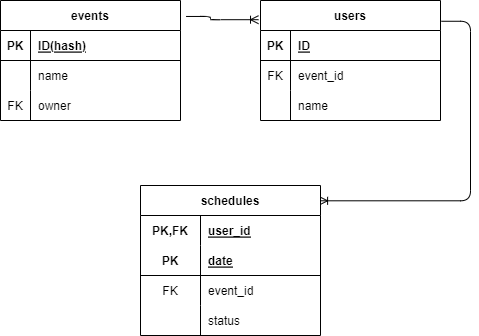
This is DB_ER_diagram.drawio.png from kuu13580/schedule-checker, a draw.io export, as it was before one commit. Source tidied: cells renumbered, new cells last; positions are measured from the earlier drawing's top-left corner, leaving out a move shared by most shapes.
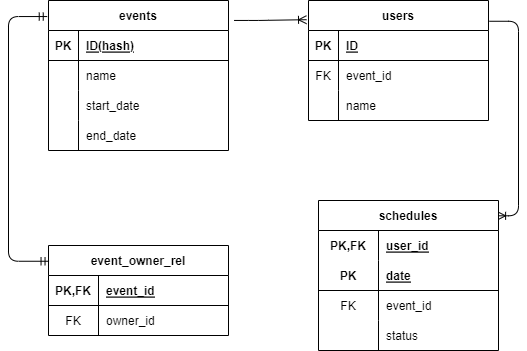
After the change.

The edit, as a diff of the source:
```diff
@@ -3,7 +3,7 @@
     <mxCell id="0" />
     <mxCell id="1" parent="0" />
     <mxCell id="2" value="events" style="shape=table;startSize=30;rowLines=0;fontStyle=1;align=center;" parent="1" vertex="1">
-      <mxGeometry width="180" height="120" as="geometry" />
+      <mxGeometry width="180" height="150" as="geometry" />
     </mxCell>
     <mxCell id="3" style="shape=tableRow;horizontal=0;startSize=0;swimlaneHead=0;swimlaneBody=0;fillColor=none;top=0;left=0;right=0;bottom=1;" parent="2" vertex="1">
       <mxGeometry y="30" width="180" height="30" as="geometry" />
@@ -26,12 +26,21 @@
     <mxCell id="9" style="shape=tableRow;horizontal=0;startSize=0;swimlaneHead=0;swimlaneBody=0;fillColor=none;top=0;left=0;right=0;bottom=0;" parent="2" vertex="1">
       <mxGeometry y="90" width="180" height="30" as="geometry" />
     </mxCell>
-    <mxCell id="10" value="FK" style="shape=partialRectangle;fillColor=none;top=0;left=0;bottom=0;right=0;overflow=hidden;" parent="9" vertex="1">
-      <mxGeometry width="30" height="30" as="geometry" />
-    </mxCell>
-    <mxCell id="11" value="owner" style="shape=partialRectangle;fillColor=none;top=0;left=0;bottom=0;right=0;align=left;spacingLeft=6;overflow=hidden;" parent="9" vertex="1">
-      <mxGeometry x="30" width="150" height="30" as="geometry" />
-    </mxCell>
+    <mxCell id="37" style="shape=partialRectangle;fillColor=none;top=0;left=0;bottom=0;right=0;overflow=hidden;" parent="9" vertex="1">
+      <mxGeometry width="30" height="30" as="geometry" />
+    </mxCell>
+    <mxCell id="38" value="start_date" style="shape=partialRectangle;fillColor=none;top=0;left=0;bottom=0;right=0;align=left;spacingLeft=6;overflow=hidden;" parent="9" vertex="1">
+      <mxGeometry x="30" width="150" height="30" as="geometry" />
+    </mxCell>
+    <mxCell id="39" style="shape=tableRow;horizontal=0;startSize=0;swimlaneHead=0;swimlaneBody=0;fillColor=none;top=0;left=0;right=0;bottom=0;" parent="2" vertex="1">
+      <mxGeometry y="120" width="180" height="30" as="geometry" />
+    </mxCell>
+    <mxCell id="40" style="shape=partialRectangle;fillColor=none;top=0;left=0;bottom=0;right=0;overflow=hidden;" parent="39" vertex="1">
+      <mxGeometry width="30" height="30" as="geometry" />
+    </mxCell>
+    <mxCell id="41" value="end_date" style="shape=partialRectangle;fillColor=none;top=0;left=0;bottom=0;right=0;align=left;spacingLeft=6;overflow=hidden;" parent="39" vertex="1">
+      <mxGeometry x="30" width="150" height="30" as="geometry" />
+    </mxCell>
     <mxCell id="12" style="edgeStyle=elbowEdgeStyle;fontSize=12;html=1;endArrow=ERoneToMany;exitX=1.031;exitY=0.133;exitDx=0;exitDy=0;entryX=-0.011;entryY=0.16;entryDx=0;entryDy=0;exitPerimeter=0;entryPerimeter=0;" parent="1" edge="1" source="2" target="13">
       <mxGeometry relative="1" as="geometry">
         <Array as="points">
@@ -78,7 +87,7 @@
       </mxGeometry>
     </mxCell>
     <mxCell id="24" value="schedules" style="shape=table;startSize=30;rowLines=0;fontStyle=1;align=center;" parent="1" vertex="1">
-      <mxGeometry x="140" y="185" width="180" height="150" as="geometry" />
+      <mxGeometry x="270" y="200" width="180" height="150" as="geometry" />
     </mxCell>
     <mxCell id="25" style="shape=tableRow;horizontal=0;startSize=0;swimlaneHead=0;swimlaneBody=0;fillColor=none;top=0;left=0;right=0;bottom=0;" parent="24" vertex="1">
       <mxGeometry y="30" width="180" height="30" as="geometry" />
@@ -116,5 +125,35 @@
     <mxCell id="36" value="status" style="shape=partialRectangle;fillColor=none;top=0;left=0;bottom=0;right=0;align=left;spacingLeft=6;overflow=hidden;" parent="34" vertex="1">
       <mxGeometry x="60" width="120" height="30" as="geometry" />
     </mxCell>
+    <mxCell id="42" value="event_owner_rel" style="shape=table;startSize=30;rowLines=0;fontStyle=1;align=center;" parent="1" vertex="1">
+      <mxGeometry y="245" width="180" height="90" as="geometry" />
+    </mxCell>
+    <mxCell id="43" style="shape=tableRow;horizontal=0;startSize=0;swimlaneHead=0;swimlaneBody=0;fillColor=none;top=0;left=0;right=0;bottom=1;" parent="42" vertex="1">
+      <mxGeometry y="30" width="180" height="30" as="geometry" />
+    </mxCell>
+    <mxCell id="44" value="PK,FK" style="shape=partialRectangle;fillColor=none;top=0;left=0;bottom=0;right=0;fontStyle=1;overflow=hidden;" parent="43" vertex="1">
+      <mxGeometry width="50" height="30" as="geometry" />
+    </mxCell>
+    <mxCell id="45" value="event_id" style="shape=partialRectangle;fillColor=none;top=0;left=0;bottom=0;right=0;align=left;spacingLeft=6;fontStyle=5;overflow=hidden;" parent="43" vertex="1">
+      <mxGeometry x="50" width="130" height="30" as="geometry" />
+    </mxCell>
+    <mxCell id="46" style="shape=tableRow;horizontal=0;startSize=0;swimlaneHead=0;swimlaneBody=0;fillColor=none;top=0;left=0;right=0;bottom=0;" parent="42" vertex="1">
+      <mxGeometry y="60" width="180" height="30" as="geometry" />
+    </mxCell>
+    <mxCell id="10" value="FK" style="shape=partialRectangle;fillColor=none;top=0;left=0;bottom=0;right=0;overflow=hidden;" parent="46" vertex="1">
+      <mxGeometry width="50" height="30" as="geometry" />
+    </mxCell>
+    <mxCell id="47" value="owner_id" style="shape=partialRectangle;fillColor=none;top=0;left=0;bottom=0;right=0;align=left;spacingLeft=6;overflow=hidden;" parent="46" vertex="1">
+      <mxGeometry x="50" width="130" height="30" as="geometry" />
+    </mxCell>
+    <mxCell id="48" style="edgeStyle=elbowEdgeStyle;fontSize=12;html=1;endArrow=ERmandOne;startArrow=ERmandOne;jumpStyle=none;exitX=0.003;exitY=0.175;exitDx=0;exitDy=0;elbow=vertical;entryX=-0.007;entryY=0.107;entryDx=0;entryDy=0;exitPerimeter=0;entryPerimeter=0;" parent="1" edge="1" source="42" target="2">
+      <mxGeometry relative="1" as="geometry">
+        <Array as="points">
+          <mxPoint x="-40" y="10" />
+          <mxPoint x="-40" y="170" />
+          <mxPoint x="87" y="200" />
+        </Array>
+      </mxGeometry>
+    </mxCell>
   </root>
 </mxGraphModel>
```
